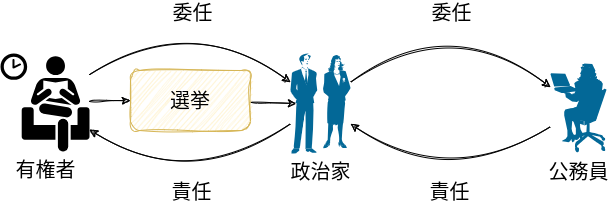
The draw.io diagram docs/figures/principal_agent.drawio.png in shohei-doi/intro_polisci, before a commit. Source tidied: cells renumbered, new cells last; positions are measured from the earlier drawing's top-left corner, leaving out a move shared by most shapes.
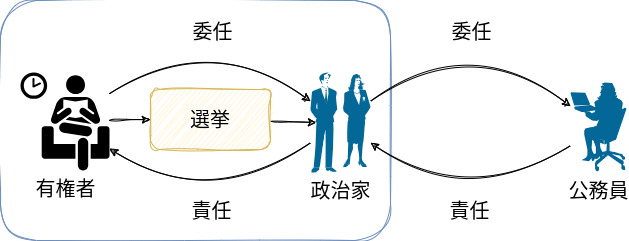
The same file after the commit.

Change to the diagram source:
```diff
@@ -2,6 +2,9 @@
   <root>
     <mxCell id="0" />
     <mxCell id="1" parent="0" />
+    <mxCell id="12" style="rounded=1;whiteSpace=wrap;html=1;sketch=1;curveFitting=1;jiggle=2;glass=0;fillColor=none;strokeColor=#6c8ebf;" parent="1" vertex="1">
+      <mxGeometry x="-20" y="-30" width="390" height="240" as="geometry" />
+    </mxCell>
     <mxCell id="2" style="edgeStyle=none;html=1;entryX=0;entryY=0.5;entryDx=0;entryDy=0;sketch=1;curveFitting=1;jiggle=2;" parent="1" edge="1" source="4" target="9">
       <mxGeometry relative="1" as="geometry" />
     </mxCell>
```
